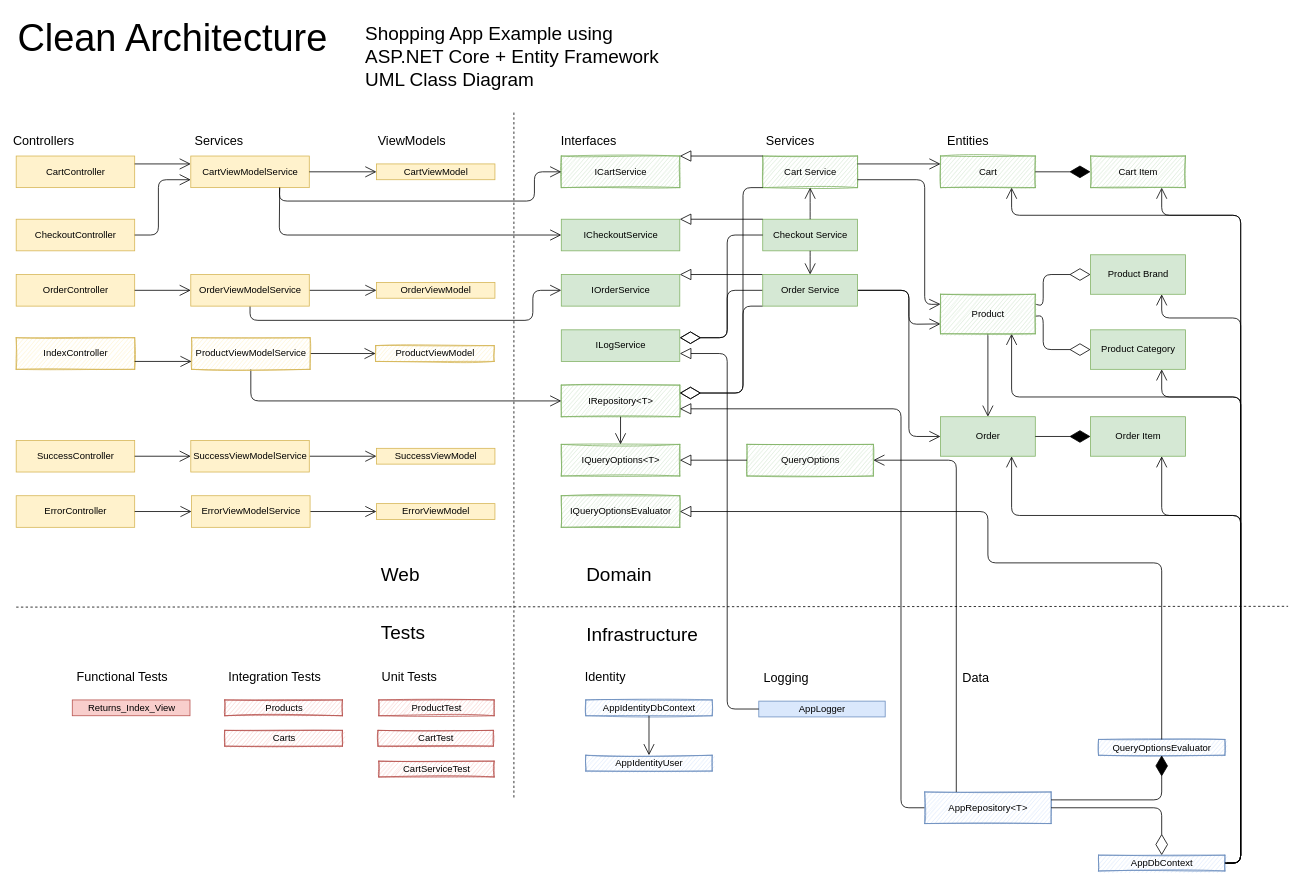
The draw.io diagram Clean_Architecture_Designs/Shopping_v3.drawio in kdaquila/WoodworkingShop, before the edit. Source tidied: cells renumbered, new cells numbered last; positions are measured from the earlier drawing's top-left corner, leaving out a move shared by most shapes. Both pictures are drawn from the tidied source at 79%, with x=0, y=0 at pixel (16, 13).
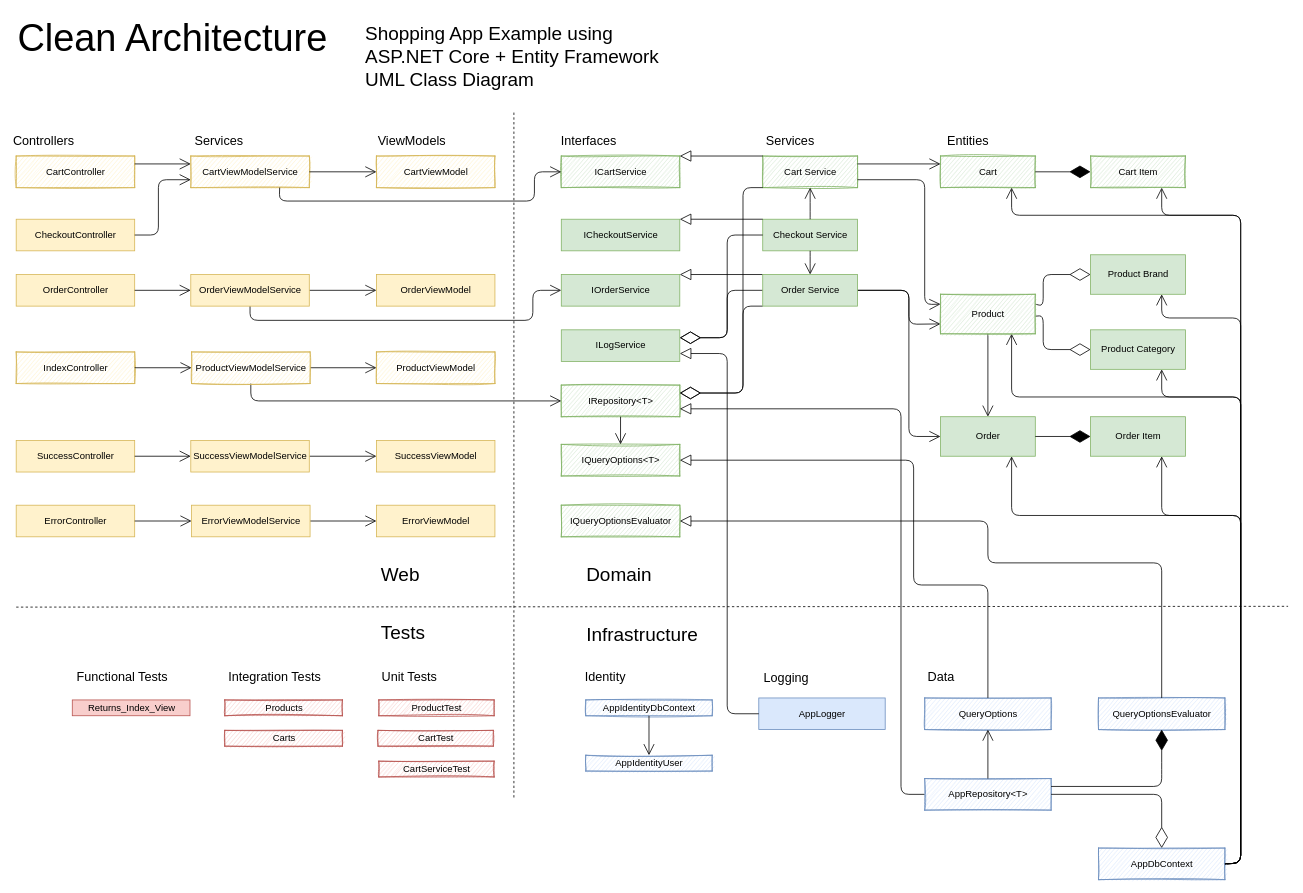
After the change.

The change refers to these unchanged cells:
```xml
<mxCell id="14" value="IRepository&amp;lt;T&amp;gt;" style="html=1;fillColor=#d5e8d4;strokeColor=#82b366;glass=0;rounded=0;sketch=1;" parent="1" vertex="1">
  <mxGeometry x="690" y="470" width="150" height="40" as="geometry" />
</mxCell>
<mxCell id="17" value="ICheckoutService" style="html=1;fillColor=#d5e8d4;strokeColor=#82b366;" parent="1" vertex="1">
  <mxGeometry x="690" y="260" width="150" height="40" as="geometry" />
</mxCell>
<mxCell id="47" value="ILogService" style="html=1;fillColor=#d5e8d4;strokeColor=#82b366;" parent="1" vertex="1">
  <mxGeometry x="690" y="400" width="150" height="40" as="geometry" />
</mxCell>
<mxCell id="104" value="IQueryOptions&amp;lt;T&amp;gt;" style="html=1;fillColor=#d5e8d4;strokeColor=#82b366;glass=0;rounded=0;sketch=1;" parent="1" vertex="1">
  <mxGeometry x="690" y="545" width="150" height="40" as="geometry" />
</mxCell>
```

What changed in the source:
```diff
@@
     <mxCell id="40" value="AppDbContext" style="html=1;fillColor=#dae8fc;strokeColor=#6c8ebf;sketch=1;" parent="1" vertex="1">
-      <mxGeometry x="1370" y="1065" width="160" height="20" as="geometry" />
+      <mxGeometry x="1370" y="1056" width="160" height="40" as="geometry" />
     </mxCell>
     <mxCell id="41" style="endArrow=block;endFill=0;endSize=12;html=1;entryX=1;entryY=0.75;entryDx=0;entryDy=0;exitX=0;exitY=0.5;exitDx=0;exitDy=0;" parent="1" edge="1" source="42" target="14">
       <mxGeometry relative="1" as="geometry">
         <Array as="points">
-          <mxPoint x="1120" y="1005" />
+          <mxPoint x="1120" y="988" />
           <mxPoint x="1120" y="500" />
         </Array>
       </mxGeometry>
     </mxCell>
     <mxCell id="42" value="AppRepository&amp;lt;T&amp;gt;" style="html=1;fillColor=#dae8fc;strokeColor=#6c8ebf;sketch=1;" parent="1" vertex="1">
-      <mxGeometry x="1150" y="985" width="160" height="40" as="geometry" />
+      <mxGeometry x="1150" y="968" width="160" height="40" as="geometry" />
     </mxCell>
     <mxCell id="43" style="endArrow=diamondThin;endFill=0;endSize=24;html=1;entryX=0.5;entryY=0;entryDx=0;entryDy=0;exitX=1;exitY=0.5;exitDx=0;exitDy=0;" parent="1" edge="1" source="42" target="40">
       <mxGeometry relative="1" as="geometry">
         <Array as="points">
-          <mxPoint x="1450" y="1005" />
+          <mxPoint x="1450" y="988" />
         </Array>
       </mxGeometry>
     </mxCell>
@@
     <mxCell id="50" value="AppLogger" style="html=1;fillColor=#dae8fc;strokeColor=#6c8ebf;" parent="1" vertex="1">
-      <mxGeometry x="940" y="870" width="160" height="20" as="geometry" />
+      <mxGeometry x="940" y="866" width="160" height="40" as="geometry" />
     </mxCell>
     <mxCell id="51" style="endArrow=block;endFill=0;endSize=12;html=1;entryX=1;entryY=0.75;entryDx=0;entryDy=0;exitX=0;exitY=0.5;exitDx=0;exitDy=0;" parent="1" edge="1" source="50" target="47">
       <mxGeometry relative="1" as="geometry">
         <Array as="points">
-          <mxPoint x="900" y="880" />
+          <mxPoint x="900" y="886" />
           <mxPoint x="900" y="430" />
         </Array>
       </mxGeometry>
     </mxCell>
@@
     <mxCell id="53" value="Data" style="text;html=1;strokeColor=none;fillColor=none;align=center;verticalAlign=middle;whiteSpace=wrap;rounded=0;fontSize=16;rotation=0;" parent="1" vertex="1">
-      <mxGeometry x="1180" y="830" width="70" height="20" as="geometry" />
+      <mxGeometry x="1136" y="829" width="70" height="20" as="geometry" />
     </mxCell>
@@
     <mxCell id="65" value="IndexController" style="html=1;fillColor=#fff2cc;strokeColor=#d6b656;sketch=1;" parent="1" vertex="1">
-      <mxGeometry y="410" width="150" height="40" as="geometry" />
+      <mxGeometry y="428" width="150" height="40" as="geometry" />
     </mxCell>
@@
-    <mxCell id="67" value="CartController" style="html=1;fillColor=#fff2cc;strokeColor=#d6b656;" parent="1" vertex="1">
+    <mxCell id="67" value="CartController" style="html=1;fillColor=#fff2cc;strokeColor=#d6b656;sketch=1;" parent="1" vertex="1">
       <mxGeometry y="180" width="150" height="40" as="geometry" />
     </mxCell>
@@
     <mxCell id="70" value="ErrorController" style="html=1;fillColor=#fff2cc;strokeColor=#d6b656;" parent="1" vertex="1">
-      <mxGeometry y="610" width="150" height="40" as="geometry" />
+      <mxGeometry y="622" width="150" height="40" as="geometry" />
     </mxCell>
-    <mxCell id="71" value="CartViewModel" style="html=1;fillColor=#fff2cc;strokeColor=#d6b656;" parent="1" vertex="1">
-      <mxGeometry x="456" y="190" width="150" height="20" as="geometry" />
+    <mxCell id="71" value="CartViewModel" style="html=1;fillColor=#fff2cc;strokeColor=#d6b656;sketch=1;" parent="1" vertex="1">
+      <mxGeometry x="456" y="180" width="150" height="40" as="geometry" />
     </mxCell>
     <mxCell id="72" value="OrderViewModel" style="html=1;fillColor=#fff2cc;strokeColor=#d6b656;" parent="1" vertex="1">
-      <mxGeometry x="456" y="340" width="150" height="20" as="geometry" />
+      <mxGeometry x="456" y="330" width="150" height="40" as="geometry" />
     </mxCell>
     <mxCell id="73" value="ProductViewModel" style="html=1;fillColor=#fff2cc;strokeColor=#d6b656;sketch=1;" parent="1" vertex="1">
-      <mxGeometry x="455" y="420" width="150" height="20" as="geometry" />
+      <mxGeometry x="456" y="428" width="150" height="40" as="geometry" />
     </mxCell>
-    <mxCell id="74" value="CartViewModelService" style="html=1;fillColor=#fff2cc;strokeColor=#d6b656;" parent="1" vertex="1">
+    <mxCell id="74" value="CartViewModelService" style="html=1;fillColor=#fff2cc;strokeColor=#d6b656;sketch=1;" parent="1" vertex="1">
       <mxGeometry x="221" y="180" width="150" height="40" as="geometry" />
     </mxCell>
@@
-    <mxCell id="79" style="endArrow=open;endFill=1;endSize=12;html=1;fontSize=24;exitX=0.75;exitY=1;exitDx=0;exitDy=0;entryX=0;entryY=0.5;entryDx=0;entryDy=0;" parent="1" edge="1" source="74" target="17">
-      <mxGeometry relative="1" as="geometry">
-        <Array as="points">
-          <mxPoint x="333" y="280" />
-        </Array>
-      </mxGeometry>
-    </mxCell>
@@
     <mxCell id="85" value="ProductViewModelService" style="html=1;fillColor=#fff2cc;strokeColor=#d6b656;sketch=1;" parent="1" vertex="1">
-      <mxGeometry x="222" y="410" width="150" height="40" as="geometry" />
+      <mxGeometry x="222" y="428" width="150" height="40" as="geometry" />
     </mxCell>
@@
-    <mxCell id="87" style="endArrow=open;endFill=1;endSize=12;html=1;fontSize=24;entryX=0;entryY=0.75;entryDx=0;entryDy=0;exitX=1;exitY=0.75;exitDx=0;exitDy=0;" parent="1" edge="1" source="65" target="85">
+    <mxCell id="87" style="endArrow=open;endFill=1;endSize=12;html=1;fontSize=24;entryX=0;entryY=0.5;entryDx=0;entryDy=0;exitX=1;exitY=0.5;exitDx=0;exitDy=0;" parent="1" edge="1" source="65" target="85">
       <mxGeometry relative="1" as="geometry" />
     </mxCell>
     <mxCell id="88" value="SuccessViewModel" style="html=1;fillColor=#fff2cc;strokeColor=#d6b656;" parent="1" vertex="1">
-      <mxGeometry x="456" y="550" width="150" height="20" as="geometry" />
+      <mxGeometry x="456" y="540" width="150" height="40" as="geometry" />
     </mxCell>
@@
     <mxCell id="92" value="ErrorViewModel" style="html=1;fillColor=#fff2cc;strokeColor=#d6b656;" parent="1" vertex="1">
-      <mxGeometry x="456" y="620" width="150" height="20" as="geometry" />
+      <mxGeometry x="456" y="622" width="150" height="40" as="geometry" />
     </mxCell>
@@
     <mxCell id="94" value="ErrorViewModelService" style="html=1;fillColor=#fff2cc;strokeColor=#d6b656;" parent="1" vertex="1">
-      <mxGeometry x="222" y="610" width="150" height="40" as="geometry" />
+      <mxGeometry x="222" y="622" width="150" height="40" as="geometry" />
     </mxCell>
@@
-    <mxCell id="106" value="QueryOptions" style="html=1;fillColor=#d5e8d4;strokeColor=#82b366;sketch=1;" parent="1" vertex="1">
-      <mxGeometry x="925" y="545" width="160" height="40" as="geometry" />
+    <mxCell id="106" value="QueryOptions" style="html=1;fillColor=#dae8fc;strokeColor=#6c8ebf;sketch=1;" parent="1" vertex="1">
+      <mxGeometry x="1150" y="866" width="160" height="40" as="geometry" />
     </mxCell>
     <mxCell id="107" value="IQueryOptionsEvaluator" style="html=1;fillColor=#d5e8d4;strokeColor=#82b366;sketch=1;" parent="1" vertex="1">
-      <mxGeometry x="690" y="610" width="150" height="40" as="geometry" />
+      <mxGeometry x="690" y="622" width="150" height="40" as="geometry" />
     </mxCell>
     <mxCell id="108" value="QueryOptionsEvaluator" style="html=1;fillColor=#dae8fc;strokeColor=#6c8ebf;sketch=1;" parent="1" vertex="1">
-      <mxGeometry x="1370" y="918.5" width="160" height="20" as="geometry" />
+      <mxGeometry x="1370" y="866" width="160" height="40" as="geometry" />
     </mxCell>
-    <mxCell id="109" style="endArrow=block;endFill=0;endSize=12;html=1;entryX=1;entryY=0.5;entryDx=0;entryDy=0;exitX=0;exitY=0.5;exitDx=0;exitDy=0;" parent="1" edge="1" source="106" target="104">
-      <mxGeometry relative="1" as="geometry" />
+    <mxCell id="109" style="endArrow=block;endFill=0;endSize=12;html=1;entryX=1;entryY=0.5;entryDx=0;entryDy=0;" parent="1" edge="1" source="106" target="104">
+      <mxGeometry relative="1" as="geometry">
+        <Array as="points">
+          <mxPoint x="1230" y="723" />
+          <mxPoint x="1136" y="723" />
+          <mxPoint x="1136" y="565" />
+        </Array>
+      </mxGeometry>
     </mxCell>
     <mxCell id="110" style="endArrow=diamondThin;endFill=1;endSize=24;html=1;exitX=1;exitY=0.25;exitDx=0;exitDy=0;entryX=0.5;entryY=1;entryDx=0;entryDy=0;" parent="1" edge="1" source="42" target="108">
       <mxGeometry relative="1" as="geometry">
         <Array as="points">
-          <mxPoint x="1450" y="995" />
-          <mxPoint x="1450" y="975" />
+          <mxPoint x="1450" y="978" />
+          <mxPoint x="1450" y="958" />
         </Array>
       </mxGeometry>
     </mxCell>
     <mxCell id="111" style="endArrow=block;endFill=0;endSize=12;html=1;entryX=1;entryY=0.5;entryDx=0;entryDy=0;exitX=0.5;exitY=0;exitDx=0;exitDy=0;" parent="1" edge="1" source="108" target="107">
       <mxGeometry relative="1" as="geometry">
         <Array as="points">
           <mxPoint x="1450" y="695" />
           <mxPoint x="1230" y="695" />
-          <mxPoint x="1230" y="630" />
+          <mxPoint x="1230" y="642" />
         </Array>
       </mxGeometry>
     </mxCell>
-    <mxCell id="112" style="endArrow=open;endFill=1;endSize=12;html=1;exitX=0.25;exitY=0;exitDx=0;exitDy=0;entryX=1;entryY=0.5;entryDx=0;entryDy=0;" parent="1" edge="1" source="42" target="106">
-      <mxGeometry relative="1" as="geometry">
-        <Array as="points">
-          <mxPoint x="1190" y="565" />
-        </Array>
-      </mxGeometry>
+    <mxCell id="112" style="endArrow=open;endFill=1;endSize=12;html=1;exitX=0.5;exitY=0;exitDx=0;exitDy=0;entryX=0.5;entryY=1;entryDx=0;entryDy=0;" parent="1" edge="1" source="42" target="106">
+      <mxGeometry relative="1" as="geometry" />
     </mxCell>
```
